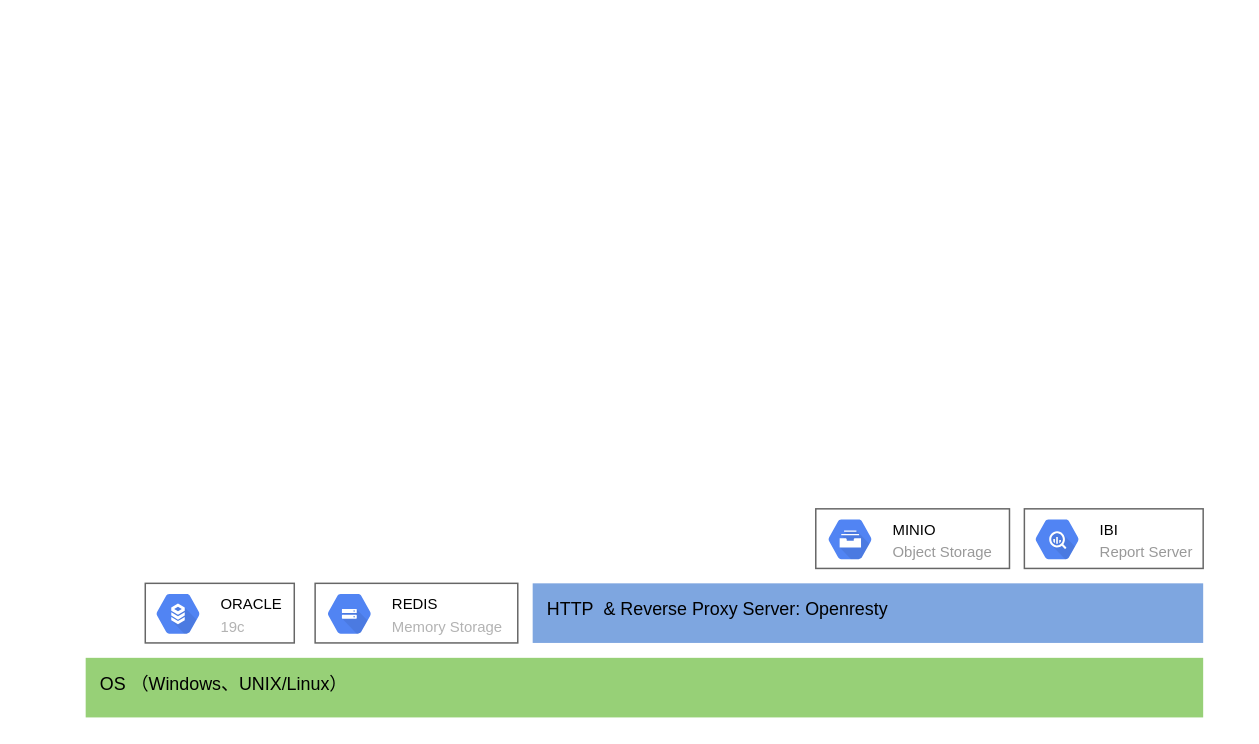
Before: 订货会系统架构图.drawio in tianyaxiangdong/drawio, a draw.io diagram. Source tidied: cells renumbered, new cells numbered last; positions are measured from the earlier drawing's top-left corner, leaving out a move shared by most shapes. Both pictures are drawn from the tidied source at 149%, with x=0, y=0 at pixel (85, 508).
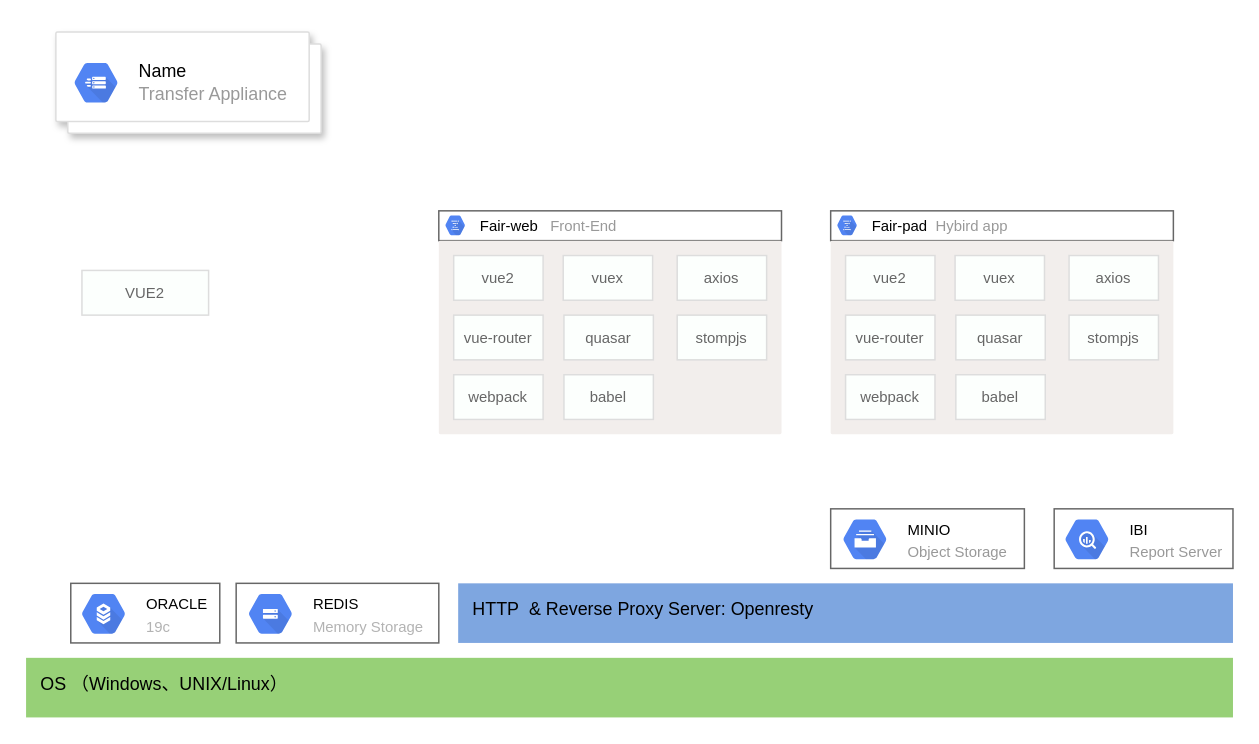
After the change.

Commit message:
Update 订货会系统架构图.drawio

What changed in the source:
```diff
@@
     <mxCell id="2" value="OS （Windows、UNIX/Linux）" style="absoluteArcSize=1;arcSize=2;html=1;strokeColor=none;shadow=0;dashed=0;fontSize=12;align=left;verticalAlign=middle;spacing=10;spacingTop=-4;fillColor=#97D077;" parent="1" vertex="1">
-      <mxGeometry y="100" width="750" height="40" as="geometry" />
+      <mxGeometry x="-40" y="100" width="810" height="40" as="geometry" />
     </mxCell>
     <mxCell id="3" value="HTTP&amp;nbsp; &amp;amp; Reverse Proxy Server: Openresty" style="absoluteArcSize=1;arcSize=2;html=1;strokeColor=none;shadow=0;dashed=0;fontSize=12;align=left;verticalAlign=middle;spacing=10;spacingTop=-4;fillColor=#7EA6E0;" parent="1" vertex="1">
-      <mxGeometry x="300" y="50" width="450" height="40" as="geometry" />
+      <mxGeometry x="250" y="50" width="520" height="40" as="geometry" />
     </mxCell>
     <mxCell id="4" style="shadow=0;strokeWidth=1;rounded=0;absoluteArcSize=1;arcSize=2;glass=0;sketch=0;fontSize=10;strokeColor=#666666;" parent="1" vertex="1">
-      <mxGeometry x="40" y="50" width="100" height="40" as="geometry" />
+      <mxGeometry x="-10" y="50" width="100" height="40" as="geometry" />
     </mxCell>
@@
     <mxCell id="6" style="shadow=0;strokeWidth=1;rounded=0;absoluteArcSize=1;arcSize=2;glass=0;sketch=0;fontSize=10;strokeColor=#666666;" parent="1" vertex="1">
-      <mxGeometry x="154" y="50" width="136" height="40" as="geometry" />
+      <mxGeometry x="101" y="50" width="136" height="40" as="geometry" />
     </mxCell>
@@
-    <mxCell id="8" style="strokeColor=#666666;shadow=0;strokeWidth=1;rounded=0;absoluteArcSize=1;arcSize=2;sketch=0;fillColor=#FFFFFF;" parent="1" vertex="1">
-      <mxGeometry x="630" width="120" height="40" as="geometry" />
+    <mxCell id="8" style="strokeColor=#666666;shadow=0;strokeWidth=1;rounded=0;absoluteArcSize=1;arcSize=2;sketch=0;fillColor=#FFFFFF;flipV=1;" parent="1" vertex="1">
+      <mxGeometry x="650" width="120" height="40" as="geometry" />
     </mxCell>
@@
-    <mxCell id="10" style="strokeColor=#666666;shadow=0;strokeWidth=1;rounded=0;absoluteArcSize=1;arcSize=2;sketch=0;fontSize=10;fontColor=#B3B3B3;fillColor=#FFFFFF;" parent="1" vertex="1">
-      <mxGeometry x="490" width="130" height="40" as="geometry" />
+    <mxCell id="10" style="strokeColor=#666666;shadow=0;strokeWidth=1;rounded=0;absoluteArcSize=1;arcSize=2;sketch=0;fontSize=10;fontColor=#B3B3B3;fillColor=#FFFFFF;flipV=1;" parent="1" vertex="1">
+      <mxGeometry x="500" width="130" height="40" as="geometry" />
     </mxCell>
@@
+    <mxCell id="12" style="shape=mxgraph.gcp2.doubleRect;strokeColor=#dddddd;shadow=1;strokeWidth=1;rounded=0;sketch=0;fontSize=10;fontColor=#B3B3B3;fillColor=#FFFFFF;" parent="1" vertex="1">
+      <mxGeometry x="-20" y="-320" width="178" height="68" as="geometry" />
+    </mxCell>
+    <mxCell id="13" value="&lt;font color=&quot;#000000&quot;&gt;Name&lt;/font&gt;&lt;br&gt;Transfer Appliance" style="sketch=0;dashed=0;html=1;fillColor=#5184F3;strokeColor=none;shape=mxgraph.gcp2.hexIcon;prIcon=transfer_appliance;labelPosition=right;verticalLabelPosition=middle;align=left;verticalAlign=middle;spacingLeft=5;fontColor=#999999;fontSize=12;rounded=0;shadow=0;" parent="12" vertex="1">
+      <mxGeometry y="0.5" width="44" height="39" relative="1" as="geometry">
+        <mxPoint x="5" y="-19.5" as="offset" />
+      </mxGeometry>
+    </mxCell>
+    <mxCell id="14" style="strokeColor=#666666;shadow=0;strokeWidth=1;rounded=0;absoluteArcSize=1;arcSize=2;sketch=0;fontSize=10;fontColor=#B3B3B3;fillColor=#FFFFFF;flipV=1;" parent="1" vertex="1">
+      <mxGeometry x="237" y="-200" width="230" height="20" as="geometry" />
+    </mxCell>
+    <mxCell id="15" value="&lt;font style=&quot;font-size: 10px&quot;&gt;&lt;font color=&quot;#000000&quot;&gt;Fair-web&amp;nbsp; &amp;nbsp;&lt;/font&gt;Front-End&lt;br&gt;&lt;/font&gt;" style="sketch=0;dashed=0;html=1;fillColor=#5184F3;strokeColor=none;shape=mxgraph.gcp2.hexIcon;prIcon=genomics;labelPosition=right;verticalLabelPosition=middle;align=left;verticalAlign=middle;spacingLeft=5;fontColor=#999999;fontSize=12;rounded=0;shadow=0;" parent="14" vertex="1">
+      <mxGeometry y="0.5" width="20" height="19.5" relative="1" as="geometry">
+        <mxPoint x="1" y="-10" as="offset" />
+      </mxGeometry>
+    </mxCell>
+    <mxCell id="16" style="sketch=0;rounded=1;absoluteArcSize=1;arcSize=2;html=1;strokeColor=none;gradientColor=none;shadow=0;dashed=0;fontSize=12;fontColor=#9E9E9E;align=left;verticalAlign=top;spacing=10;spacingTop=-4;fillColor=#F2EEEC;" parent="1" vertex="1">
+      <mxGeometry x="237" y="-180" width="230" height="130" as="geometry" />
+    </mxCell>
+    <mxCell id="17" value="VUE2" style="strokeColor=#dddddd;shadow=0;strokeWidth=1;rounded=0;absoluteArcSize=1;arcSize=2;sketch=0;fontSize=10;fontColor=#666666;fillColor=#FCFFFD;" parent="1" vertex="1">
+      <mxGeometry x="-2.5" y="-160" width="85" height="30" as="geometry" />
+    </mxCell>
+    <mxCell id="18" value="vue2" style="strokeColor=#dddddd;shadow=0;strokeWidth=1;rounded=0;absoluteArcSize=1;arcSize=2;sketch=0;fontSize=10;fontColor=#666666;fillColor=#FCFFFD;" parent="1" vertex="1">
+      <mxGeometry x="247" y="-170" width="60" height="30" as="geometry" />
+    </mxCell>
+    <mxCell id="19" value="vuex" style="strokeColor=#dddddd;shadow=0;strokeWidth=1;rounded=0;absoluteArcSize=1;arcSize=2;sketch=0;fontSize=10;fontColor=#666666;fillColor=#FCFFFD;" parent="1" vertex="1">
+      <mxGeometry x="320.5" y="-170" width="60" height="30" as="geometry" />
+    </mxCell>
+    <mxCell id="20" value="axios" style="strokeColor=#dddddd;shadow=0;strokeWidth=1;rounded=0;absoluteArcSize=1;arcSize=2;sketch=0;fontSize=10;fontColor=#666666;fillColor=#FCFFFD;" parent="1" vertex="1">
+      <mxGeometry x="397" y="-170" width="60" height="30" as="geometry" />
+    </mxCell>
+    <mxCell id="21" value="stompjs" style="strokeColor=#dddddd;shadow=0;strokeWidth=1;rounded=0;absoluteArcSize=1;arcSize=2;sketch=0;fontSize=10;fontColor=#666666;fillColor=#FCFFFD;" parent="1" vertex="1">
+      <mxGeometry x="397" y="-130" width="60" height="30" as="geometry" />
+    </mxCell>
+    <mxCell id="22" value="webpack" style="strokeColor=#dddddd;shadow=0;strokeWidth=1;rounded=0;absoluteArcSize=1;arcSize=2;sketch=0;fontSize=10;fontColor=#666666;fillColor=#FCFFFD;" parent="1" vertex="1">
+      <mxGeometry x="247" y="-90" width="60" height="30" as="geometry" />
+    </mxCell>
+    <mxCell id="23" value="babel" style="strokeColor=#dddddd;shadow=0;strokeWidth=1;rounded=0;absoluteArcSize=1;arcSize=2;sketch=0;fontSize=10;fontColor=#666666;fillColor=#FCFFFD;" parent="1" vertex="1">
+      <mxGeometry x="321" y="-90" width="60" height="30" as="geometry" />
+    </mxCell>
+    <mxCell id="24" value="vue-router" style="strokeColor=#dddddd;shadow=0;strokeWidth=1;rounded=0;absoluteArcSize=1;arcSize=2;sketch=0;fontSize=10;fontColor=#666666;fillColor=#FCFFFD;" parent="1" vertex="1">
+      <mxGeometry x="247" y="-130" width="60" height="30" as="geometry" />
+    </mxCell>
+    <mxCell id="25" value="quasar" style="strokeColor=#dddddd;shadow=0;strokeWidth=1;rounded=0;absoluteArcSize=1;arcSize=2;sketch=0;fontSize=10;fontColor=#666666;fillColor=#FCFFFD;" parent="1" vertex="1">
+      <mxGeometry x="321" y="-130" width="60" height="30" as="geometry" />
+    </mxCell>
+    <mxCell id="26" style="strokeColor=#666666;shadow=0;strokeWidth=1;rounded=0;absoluteArcSize=1;arcSize=2;sketch=0;fontSize=10;fontColor=#B3B3B3;fillColor=#FFFFFF;flipV=1;" parent="1" vertex="1">
+      <mxGeometry x="500" y="-200" width="230" height="20" as="geometry" />
+    </mxCell>
+    <mxCell id="27" value="&lt;font style=&quot;font-size: 10px&quot;&gt;&lt;font color=&quot;#000000&quot;&gt;Fair-pad&amp;nbsp;&amp;nbsp;&lt;/font&gt;Hybird app&lt;br&gt;&lt;/font&gt;" style="sketch=0;dashed=0;html=1;fillColor=#5184F3;strokeColor=none;shape=mxgraph.gcp2.hexIcon;prIcon=genomics;labelPosition=right;verticalLabelPosition=middle;align=left;verticalAlign=middle;spacingLeft=5;fontColor=#999999;fontSize=12;rounded=0;shadow=0;" parent="26" vertex="1">
+      <mxGeometry y="0.5" width="20" height="19.5" relative="1" as="geometry">
+        <mxPoint x="1" y="-10" as="offset" />
+      </mxGeometry>
+    </mxCell>
+    <mxCell id="28" style="sketch=0;rounded=1;absoluteArcSize=1;arcSize=2;html=1;strokeColor=none;gradientColor=none;shadow=0;dashed=0;fontSize=12;fontColor=#9E9E9E;align=left;verticalAlign=top;spacing=10;spacingTop=-4;fillColor=#F2EEEC;" parent="1" vertex="1">
+      <mxGeometry x="500" y="-180" width="230" height="130" as="geometry" />
+    </mxCell>
+    <mxCell id="29" value="vue2" style="strokeColor=#dddddd;shadow=0;strokeWidth=1;rounded=0;absoluteArcSize=1;arcSize=2;sketch=0;fontSize=10;fontColor=#666666;fillColor=#FCFFFD;" parent="1" vertex="1">
+      <mxGeometry x="510" y="-170" width="60" height="30" as="geometry" />
+    </mxCell>
+    <mxCell id="30" value="vuex" style="strokeColor=#dddddd;shadow=0;strokeWidth=1;rounded=0;absoluteArcSize=1;arcSize=2;sketch=0;fontSize=10;fontColor=#666666;fillColor=#FCFFFD;" parent="1" vertex="1">
+      <mxGeometry x="583.5" y="-170" width="60" height="30" as="geometry" />
+    </mxCell>
+    <mxCell id="31" value="axios" style="strokeColor=#dddddd;shadow=0;strokeWidth=1;rounded=0;absoluteArcSize=1;arcSize=2;sketch=0;fontSize=10;fontColor=#666666;fillColor=#FCFFFD;" parent="1" vertex="1">
+      <mxGeometry x="660" y="-170" width="60" height="30" as="geometry" />
+    </mxCell>
+    <mxCell id="32" value="stompjs" style="strokeColor=#dddddd;shadow=0;strokeWidth=1;rounded=0;absoluteArcSize=1;arcSize=2;sketch=0;fontSize=10;fontColor=#666666;fillColor=#FCFFFD;" parent="1" vertex="1">
+      <mxGeometry x="660" y="-130" width="60" height="30" as="geometry" />
+    </mxCell>
+    <mxCell id="33" value="webpack" style="strokeColor=#dddddd;shadow=0;strokeWidth=1;rounded=0;absoluteArcSize=1;arcSize=2;sketch=0;fontSize=10;fontColor=#666666;fillColor=#FCFFFD;" parent="1" vertex="1">
+      <mxGeometry x="510" y="-90" width="60" height="30" as="geometry" />
+    </mxCell>
+    <mxCell id="34" value="babel" style="strokeColor=#dddddd;shadow=0;strokeWidth=1;rounded=0;absoluteArcSize=1;arcSize=2;sketch=0;fontSize=10;fontColor=#666666;fillColor=#FCFFFD;" parent="1" vertex="1">
+      <mxGeometry x="584" y="-90" width="60" height="30" as="geometry" />
+    </mxCell>
+    <mxCell id="35" value="vue-router" style="strokeColor=#dddddd;shadow=0;strokeWidth=1;rounded=0;absoluteArcSize=1;arcSize=2;sketch=0;fontSize=10;fontColor=#666666;fillColor=#FCFFFD;" parent="1" vertex="1">
+      <mxGeometry x="510" y="-130" width="60" height="30" as="geometry" />
+    </mxCell>
+    <mxCell id="36" value="quasar" style="strokeColor=#dddddd;shadow=0;strokeWidth=1;rounded=0;absoluteArcSize=1;arcSize=2;sketch=0;fontSize=10;fontColor=#666666;fillColor=#FCFFFD;" parent="1" vertex="1">
+      <mxGeometry x="584" y="-130" width="60" height="30" as="geometry" />
+    </mxCell>
```
